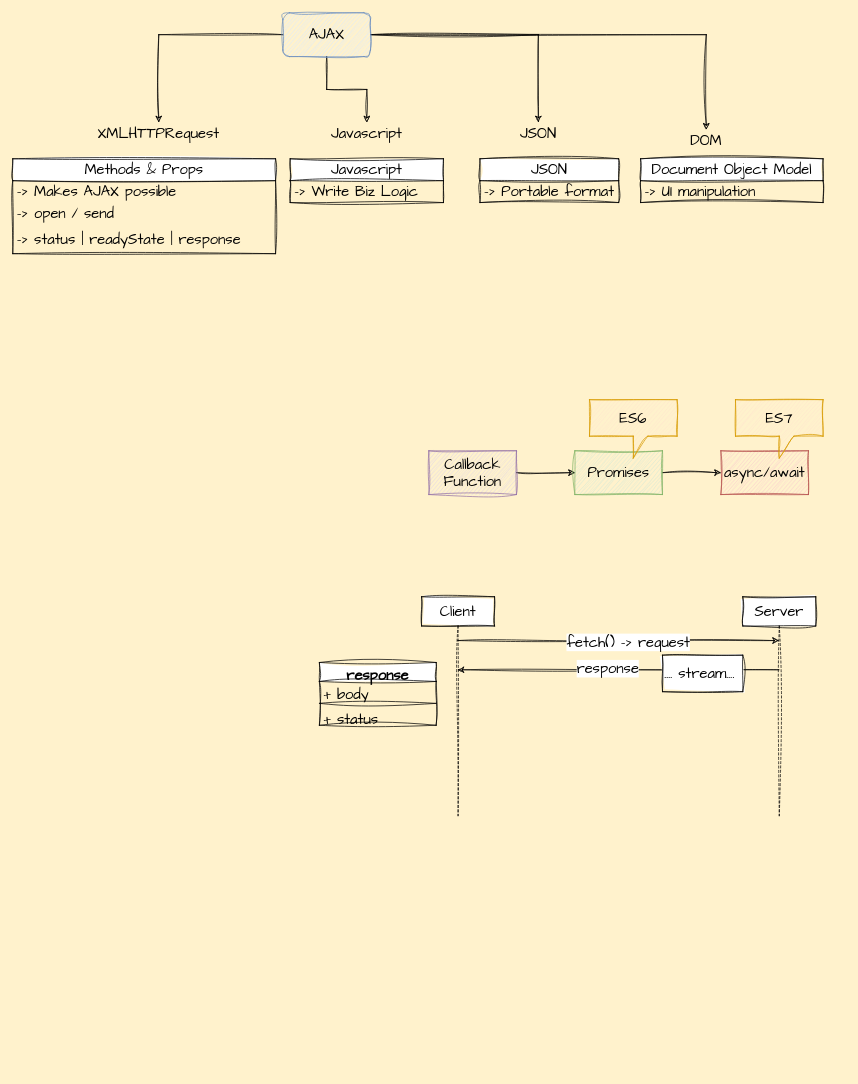
SumeetWajpe/MW_Advanced_Javascript_June_2023 keeps this draw.io diagram as SupportingDocs/MW_AdvS_June_23..drawio. Above is the earlier version. Source tidied: cells renumbered, new cells numbered last; positions are measured from the earlier drawing's top-left corner, leaving out a move shared by most shapes. Both pictures are drawn from the tidied source at 73%, with x=0, y=0 at pixel (12, 12).
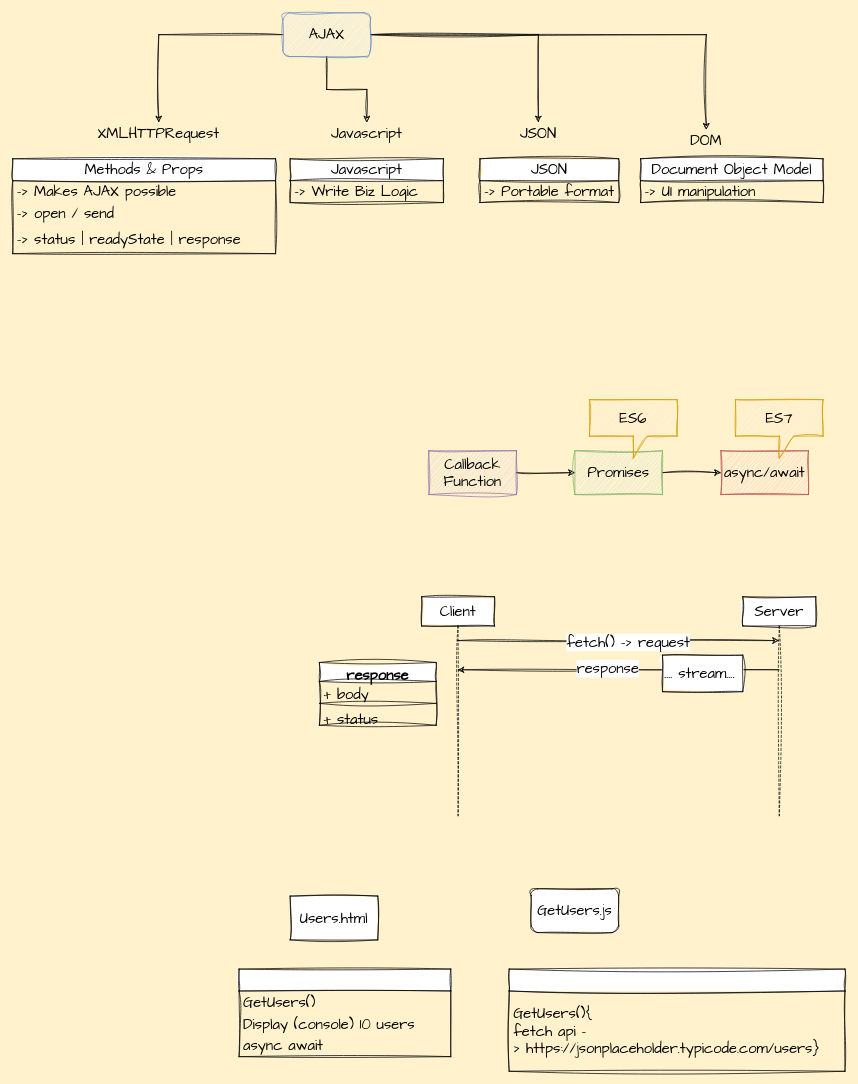
The same diagram, later.

The edit, as a diff of the source:
```diff
@@
+    <mxCell id="39" value="Users.html" style="rounded=0;whiteSpace=wrap;html=1;sketch=1;hachureGap=4;jiggle=2;curveFitting=1;fontFamily=Architects Daughter;fontSize=20;" parent="1" vertex="1">
+      <mxGeometry x="380" y="1210" width="120" height="60" as="geometry" />
+    </mxCell>
+    <mxCell id="40" value="GetUsers.js" style="rounded=1;whiteSpace=wrap;html=1;sketch=1;hachureGap=4;jiggle=2;curveFitting=1;fontFamily=Architects Daughter;fontSize=20;" parent="1" vertex="1">
+      <mxGeometry x="710" y="1200" width="120" height="60" as="geometry" />
+    </mxCell>
+    <mxCell id="41" style="swimlane;fontStyle=0;horizontal=1;startSize=30;whiteSpace=wrap;html=1;sketch=1;hachureGap=4;jiggle=2;curveFitting=1;fontFamily=Architects Daughter;fontSize=20;" parent="1" vertex="1">
+      <mxGeometry x="310" y="1310" width="290" height="120" as="geometry" />
+    </mxCell>
+    <mxCell id="42" value="GetUsers()" style="text;strokeColor=none;fillColor=none;align=left;verticalAlign=middle;spacingLeft=4;spacingRight=4;overflow=hidden;whiteSpace=wrap;html=1;fontSize=20;fontFamily=Architects Daughter;" parent="41" vertex="1">
+      <mxGeometry y="30" width="290" height="30" as="geometry" />
+    </mxCell>
+    <mxCell id="43" value="Display (console) 10 users" style="text;strokeColor=none;fillColor=none;align=left;verticalAlign=middle;spacingLeft=4;spacingRight=4;overflow=hidden;whiteSpace=wrap;html=1;fontSize=20;fontFamily=Architects Daughter;" parent="41" vertex="1">
+      <mxGeometry y="60" width="290" height="30" as="geometry" />
+    </mxCell>
+    <mxCell id="44" value="async await" style="text;strokeColor=none;fillColor=none;align=left;verticalAlign=middle;spacingLeft=4;spacingRight=4;overflow=hidden;whiteSpace=wrap;html=1;fontSize=20;fontFamily=Architects Daughter;" parent="41" vertex="1">
+      <mxGeometry y="90" width="290" height="30" as="geometry" />
+    </mxCell>
+    <mxCell id="45" style="swimlane;fontStyle=0;horizontal=1;startSize=30;whiteSpace=wrap;html=1;sketch=1;hachureGap=4;jiggle=2;curveFitting=1;fontFamily=Architects Daughter;fontSize=20;" parent="1" vertex="1">
+      <mxGeometry x="680" y="1310" width="460" height="140" as="geometry" />
+    </mxCell>
+    <mxCell id="46" value="GetUsers(){&lt;br&gt;fetch api -&amp;gt;&amp;nbsp;https://jsonplaceholder.typicode.com/users}" style="text;strokeColor=none;fillColor=none;align=left;verticalAlign=middle;spacingLeft=4;spacingRight=4;overflow=hidden;whiteSpace=wrap;html=1;fontSize=20;fontFamily=Architects Daughter;" parent="45" vertex="1">
+      <mxGeometry y="30" width="460" height="110" as="geometry" />
+    </mxCell>
```
